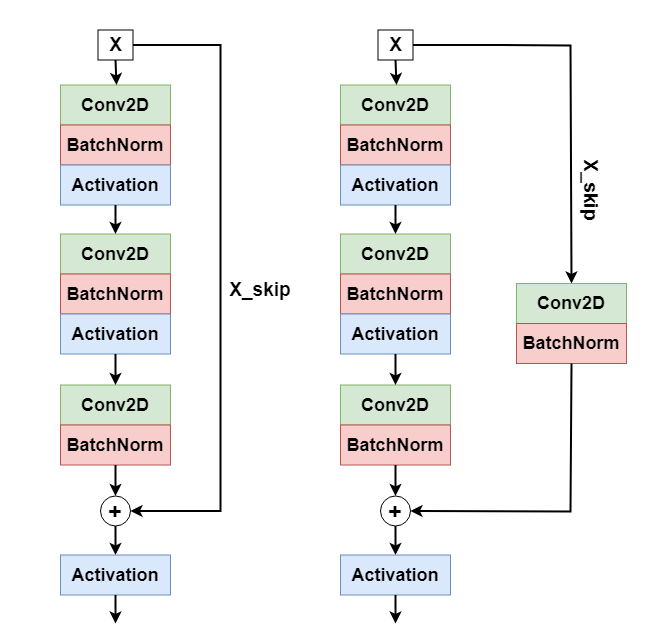
Before: residual_block_types.png, a diagram exported from draw.io (raddyp/CascadingResnetExample). Source tidied: cells renumbered, new cells last; positions are measured from the earlier drawing's top-left corner, leaving out a move shared by most shapes.
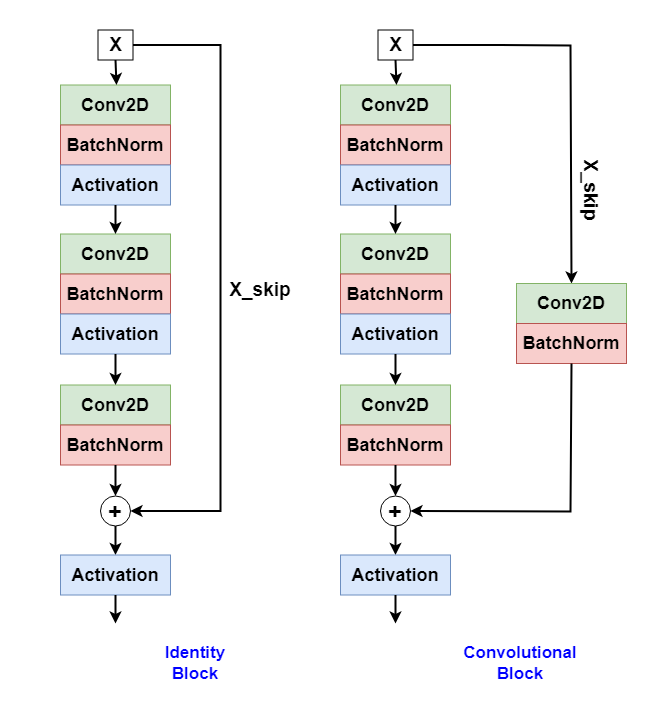
After the change.

Commit message:
figure for resnet explanation

The edit, as a diff of the source:
```diff
@@ -3,7 +3,7 @@
     <mxCell id="0" />
     <mxCell id="1" parent="0" />
     <mxCell id="2" style="rounded=0;whiteSpace=wrap;html=1;strokeColor=none;" parent="1" vertex="1">
-      <mxGeometry y="0.5" width="660" height="643.5" as="geometry" />
+      <mxGeometry y="0.5" width="660" height="713.5" as="geometry" />
     </mxCell>
     <mxCell id="3" value="&lt;font style=&quot;font-size: 18px;&quot;&gt;&lt;b&gt;Conv2D&lt;/b&gt;&lt;/font&gt;" style="rounded=0;whiteSpace=wrap;html=1;fillColor=#d5e8d4;strokeColor=#82b366;" parent="1" vertex="1">
       <mxGeometry x="60" y="85.5" width="110" height="40" as="geometry" />
@@ -153,5 +153,11 @@
         <mxPoint x="115" y="624" as="targetPoint" />
       </mxGeometry>
     </mxCell>
+    <mxCell id="44" value="&lt;b&gt;&lt;font color=&quot;#0000ff&quot; style=&quot;font-size: 17px;&quot;&gt;Identity Block&lt;/font&gt;&lt;/b&gt;" style="text;html=1;strokeColor=none;fillColor=none;align=center;verticalAlign=middle;whiteSpace=wrap;rounded=0;" parent="1" vertex="1">
+      <mxGeometry x="150" y="639" width="90" height="50" as="geometry" />
+    </mxCell>
+    <mxCell id="45" value="&lt;b&gt;&lt;font color=&quot;#0000ff&quot; style=&quot;font-size: 17px;&quot;&gt;Convolutional Block&lt;/font&gt;&lt;/b&gt;" style="text;html=1;strokeColor=none;fillColor=none;align=center;verticalAlign=middle;whiteSpace=wrap;rounded=0;" parent="1" vertex="1">
+      <mxGeometry x="450" y="644" width="140" height="40" as="geometry" />
+    </mxCell>
   </root>
 </mxGraphModel>
```
